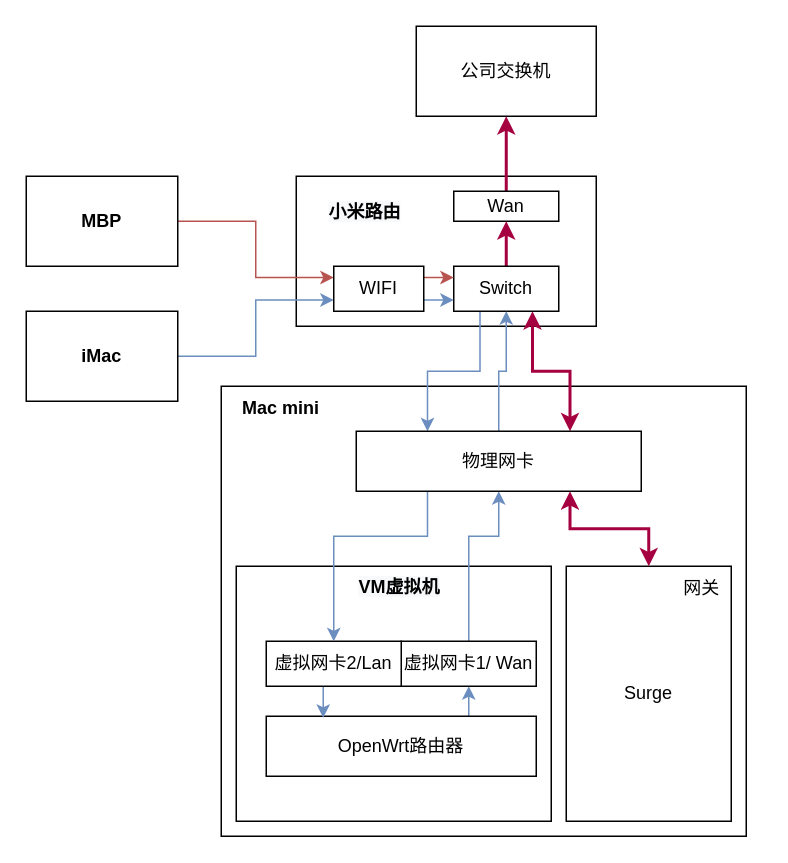
This is Untitled Diagram.drawio from jyrnan/Diagram, a draw.io file, before an edit. Source tidied: cells renumbered, new cells numbered last; positions are measured from the earlier drawing's top-left corner, leaving out a move shared by most shapes. Both pictures are drawn from the tidied source at 150%, with x=0, y=0 at pixel (26, 26).
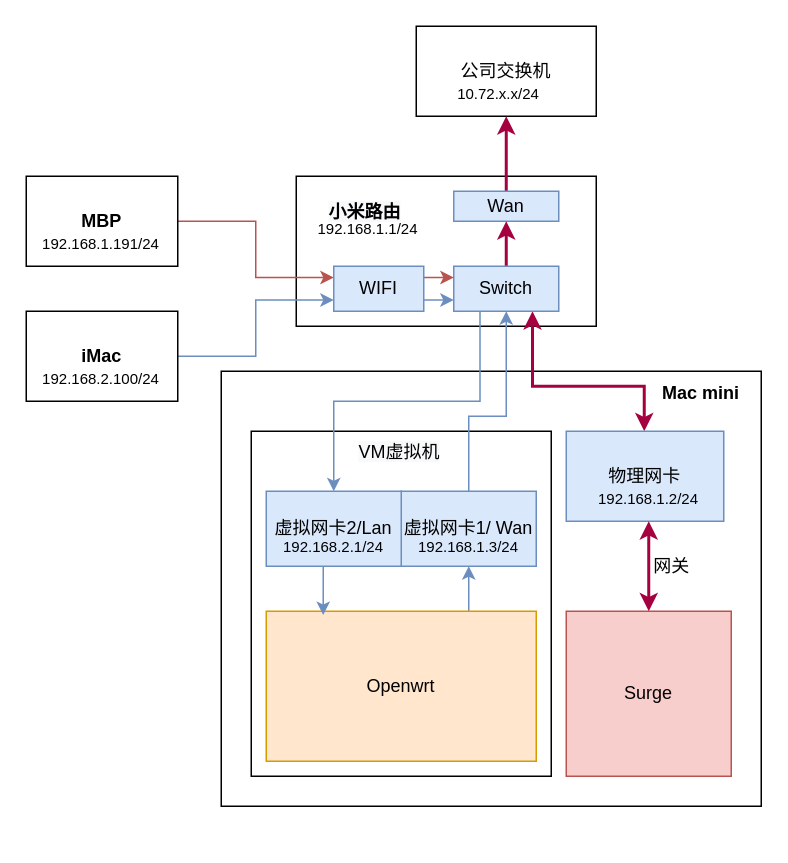
The same diagram, later.

Change to the diagram source:
```diff
@@
     <mxCell id="3" style="whiteSpace=wrap;html=1;rounded=0;" parent="1" vertex="1">
-      <mxGeometry x="130" y="240" width="350" height="300" as="geometry" />
+      <mxGeometry x="130" y="230" width="360" height="290" as="geometry" />
     </mxCell>
@@
-    <mxCell id="5" value="Surge" style="rounded=0;whiteSpace=wrap;html=1;" parent="1" vertex="1">
-      <mxGeometry x="360" y="360" width="110" height="170" as="geometry" />
+    <mxCell id="5" value="Surge" style="rounded=0;whiteSpace=wrap;html=1;fillColor=#f8cecc;strokeColor=#b85450;" parent="1" vertex="1">
+      <mxGeometry x="360" y="390" width="110" height="110" as="geometry" />
     </mxCell>
     <mxCell id="6" style="rounded=0;whiteSpace=wrap;html=1;" parent="1" vertex="1">
-      <mxGeometry x="140" y="360" width="210" height="170" as="geometry" />
+      <mxGeometry x="150" y="270" width="200" height="230" as="geometry" />
     </mxCell>
-    <mxCell id="7" value="&lt;span style=&quot;caret-color: rgb(0, 0, 0); color: rgb(0, 0, 0); font-family: Helvetica; font-size: 12px; font-style: normal; font-variant-caps: normal; letter-spacing: normal; text-align: center; text-indent: 0px; text-transform: none; word-spacing: 0px; -webkit-text-stroke-width: 0px; background-color: rgb(248, 249, 250); text-decoration: none; float: none; display: inline !important;&quot;&gt;VM虚拟机&lt;/span&gt;" style="text;whiteSpace=wrap;html=1;fontStyle=1;" parent="1" vertex="1">
-      <mxGeometry x="220" y="360" width="65" height="30" as="geometry" />
+    <mxCell id="7" value="&lt;span style=&quot;caret-color: rgb(0, 0, 0); color: rgb(0, 0, 0); font-family: Helvetica; font-size: 12px; font-style: normal; font-variant-caps: normal; letter-spacing: normal; text-align: center; text-indent: 0px; text-transform: none; word-spacing: 0px; -webkit-text-stroke-width: 0px; background-color: rgb(248, 249, 250); text-decoration: none; float: none; display: inline !important;&quot;&gt;VM虚拟机&lt;/span&gt;" style="text;whiteSpace=wrap;html=1;fontStyle=0;" parent="1" vertex="1">
+      <mxGeometry x="220" y="270" width="65" height="30" as="geometry" />
     </mxCell>
@@
-    <mxCell id="9" value="&lt;span style=&quot;&quot;&gt;OpenWrt路由器&lt;/span&gt;" style="rounded=0;whiteSpace=wrap;html=1;" parent="1" vertex="1">
-      <mxGeometry x="160" y="460" width="180" height="40" as="geometry" />
+    <mxCell id="9" value="&lt;span style=&quot;&quot;&gt;Openwrt&lt;/span&gt;" style="rounded=0;whiteSpace=wrap;html=1;fillColor=#ffe6cc;strokeColor=#d79b00;" parent="1" vertex="1">
+      <mxGeometry x="160" y="390" width="180" height="100" as="geometry" />
     </mxCell>
     <mxCell id="10" value="网关" style="text;html=1;align=center;verticalAlign=middle;strokeColor=none;fillColor=none;" parent="1" vertex="1">
-      <mxGeometry x="430" y="365" width="40" height="20" as="geometry" />
+      <mxGeometry x="410" y="350" width="40" height="20" as="geometry" />
     </mxCell>
@@
-    <mxCell id="13" style="edgeStyle=orthogonalEdgeStyle;rounded=0;jettySize=auto;html=1;exitX=0.5;exitY=0;exitDx=0;exitDy=0;strokeWidth=1;fillColor=#dae8fc;strokeColor=#6c8ebf;" parent="1" edge="1" source="14" target="33">
-      <mxGeometry relative="1" as="geometry">
-        <Array as="points">
-          <mxPoint x="295" y="340" />
-          <mxPoint x="315" y="340" />
-        </Array>
-      </mxGeometry>
-    </mxCell>
+    <mxCell id="34" style="edgeStyle=orthogonalEdgeStyle;rounded=0;jettySize=auto;html=1;exitX=0.5;exitY=0;exitDx=0;exitDy=0;fontSize=10;startArrow=none;startFill=0;strokeWidth=1;fillColor=#dae8fc;strokeColor=#6c8ebf;" parent="1" edge="1" source="14" target="24">
+      <mxGeometry relative="1" as="geometry">
+        <Array as="points">
+          <mxPoint x="295" y="260" />
+          <mxPoint x="320" y="260" />
+        </Array>
+      </mxGeometry>
+    </mxCell>
-    <mxCell id="14" value="虚拟网卡1/ Wan" style="whiteSpace=wrap;html=1;rounded=0;" parent="1" vertex="1">
-      <mxGeometry x="250" y="410" width="90" height="30" as="geometry" />
+    <mxCell id="14" value="虚拟网卡1/ Wan" style="whiteSpace=wrap;html=1;rounded=0;fillColor=#dae8fc;strokeColor=#6c8ebf;" parent="1" vertex="1">
+      <mxGeometry x="250" y="310" width="90" height="50" as="geometry" />
     </mxCell>
@@
-    <mxCell id="16" value="虚拟网卡2/Lan" style="whiteSpace=wrap;html=1;rounded=0;" parent="1" vertex="1">
-      <mxGeometry x="160" y="410" width="90" height="30" as="geometry" />
+    <mxCell id="16" value="虚拟网卡2/Lan" style="whiteSpace=wrap;html=1;rounded=0;fillColor=#dae8fc;strokeColor=#6c8ebf;" parent="1" vertex="1">
+      <mxGeometry x="160" y="310" width="90" height="50" as="geometry" />
     </mxCell>
     <mxCell id="17" value="Mac mini" style="text;html=1;strokeColor=none;fillColor=none;align=center;verticalAlign=middle;whiteSpace=wrap;rounded=0;fontStyle=1;" parent="1" vertex="1">
-      <mxGeometry x="140" y="240" width="60" height="30" as="geometry" />
+      <mxGeometry x="420" y="230" width="60" height="30" as="geometry" />
     </mxCell>
@@
-    <mxCell id="20" value="Wan" style="rounded=0;whiteSpace=wrap;html=1;" parent="1" vertex="1">
+    <mxCell id="20" value="Wan" style="rounded=0;whiteSpace=wrap;html=1;fillColor=#dae8fc;strokeColor=#6c8ebf;" parent="1" vertex="1">
       <mxGeometry x="285" y="110" width="70" height="20" as="geometry" />
     </mxCell>
@@
-    <mxCell id="22" style="edgeStyle=orthogonalEdgeStyle;rounded=0;jettySize=auto;html=1;exitX=0.75;exitY=1;exitDx=0;exitDy=0;entryX=0.75;entryY=0;entryDx=0;entryDy=0;strokeWidth=2;fillColor=#d80073;strokeColor=#A50040;startArrow=classic;startFill=1;" parent="1" edge="1" source="24" target="33">
-      <mxGeometry relative="1" as="geometry" />
-    </mxCell>
-    <mxCell id="23" style="edgeStyle=orthogonalEdgeStyle;rounded=0;jettySize=auto;html=1;exitX=0.25;exitY=1;exitDx=0;exitDy=0;entryX=0.25;entryY=0;entryDx=0;entryDy=0;startArrow=none;startFill=0;strokeWidth=1;fillColor=#dae8fc;strokeColor=#6c8ebf;" parent="1" edge="1" source="24" target="33">
-      <mxGeometry relative="1" as="geometry" />
-    </mxCell>
+    <mxCell id="35" style="edgeStyle=orthogonalEdgeStyle;rounded=0;jettySize=auto;html=1;exitX=0.25;exitY=1;exitDx=0;exitDy=0;entryX=0.5;entryY=0;entryDx=0;entryDy=0;fontSize=10;startArrow=none;startFill=0;strokeWidth=1;fillColor=#dae8fc;strokeColor=#6c8ebf;" parent="1" edge="1" source="24" target="16">
+      <mxGeometry relative="1" as="geometry">
+        <Array as="points">
+          <mxPoint x="302" y="250" />
+          <mxPoint x="205" y="250" />
+        </Array>
+      </mxGeometry>
+    </mxCell>
+    <mxCell id="36" style="edgeStyle=orthogonalEdgeStyle;rounded=0;jettySize=auto;html=1;exitX=0.75;exitY=1;exitDx=0;exitDy=0;fontSize=10;startArrow=classic;startFill=1;strokeWidth=2;fillColor=#d80073;strokeColor=#A50040;" parent="1" edge="1" source="24" target="33">
+      <mxGeometry relative="1" as="geometry">
+        <Array as="points">
+          <mxPoint x="338" y="240" />
+          <mxPoint x="412" y="240" />
+        </Array>
+      </mxGeometry>
+    </mxCell>
-    <mxCell id="24" value="Switch" style="rounded=0;whiteSpace=wrap;html=1;" parent="1" vertex="1">
+    <mxCell id="24" value="Switch" style="rounded=0;whiteSpace=wrap;html=1;fillColor=#dae8fc;strokeColor=#6c8ebf;" parent="1" vertex="1">
       <mxGeometry x="285" y="160" width="70" height="30" as="geometry" />
     </mxCell>
@@
-    <mxCell id="29" value="WIFI" style="rounded=0;whiteSpace=wrap;html=1;" parent="1" vertex="1">
+    <mxCell id="29" value="WIFI" style="rounded=0;whiteSpace=wrap;html=1;fillColor=#dae8fc;strokeColor=#6c8ebf;" parent="1" vertex="1">
       <mxGeometry x="205" y="160" width="60" height="30" as="geometry" />
     </mxCell>
-    <mxCell id="30" style="edgeStyle=orthogonalEdgeStyle;rounded=0;jettySize=auto;html=1;exitX=0.25;exitY=1;exitDx=0;exitDy=0;strokeWidth=1;fillColor=#dae8fc;strokeColor=#6c8ebf;" parent="1" edge="1" source="33" target="16">
-      <mxGeometry relative="1" as="geometry">
-        <Array as="points">
-          <mxPoint x="268" y="340" />
-          <mxPoint x="205" y="340" />
-        </Array>
-      </mxGeometry>
-    </mxCell>
-    <mxCell id="31" style="edgeStyle=orthogonalEdgeStyle;rounded=0;jettySize=auto;html=1;exitX=0.75;exitY=1;exitDx=0;exitDy=0;entryX=0.5;entryY=0;entryDx=0;entryDy=0;strokeWidth=2;fillColor=#d80073;strokeColor=#A50040;startArrow=classic;startFill=1;" parent="1" edge="1" source="33" target="5">
-      <mxGeometry relative="1" as="geometry" />
-    </mxCell>
-    <mxCell id="32" style="edgeStyle=orthogonalEdgeStyle;rounded=0;jettySize=auto;html=1;entryX=0.5;entryY=1;entryDx=0;entryDy=0;startArrow=none;startFill=0;strokeWidth=1;fillColor=#dae8fc;strokeColor=#6c8ebf;" parent="1" edge="1" source="33" target="24">
-      <mxGeometry relative="1" as="geometry" />
-    </mxCell>
-    <mxCell id="33" value="物理网卡" style="rounded=0;whiteSpace=wrap;html=1;" parent="1" vertex="1">
-      <mxGeometry x="220" y="270" width="190" height="40" as="geometry" />
+    <mxCell id="33" value="物理网卡" style="rounded=0;whiteSpace=wrap;html=1;fillColor=#dae8fc;strokeColor=#6c8ebf;" parent="1" vertex="1">
+      <mxGeometry x="360" y="270" width="105" height="60" as="geometry" />
     </mxCell>
+    <mxCell id="37" value="10.72.x.x/24" style="text;html=1;strokeColor=none;fillColor=none;align=center;verticalAlign=middle;whiteSpace=wrap;rounded=0;fontSize=10;" parent="1" vertex="1">
+      <mxGeometry x="285" y="30" width="60" height="30" as="geometry" />
+    </mxCell>
+    <mxCell id="38" value="192.168.1.1/24" style="text;html=1;strokeColor=none;fillColor=none;align=center;verticalAlign=middle;whiteSpace=wrap;rounded=0;fontSize=10;" parent="1" vertex="1">
+      <mxGeometry x="197.5" y="120" width="60" height="30" as="geometry" />
+    </mxCell>
+    <mxCell id="39" value="192.168.1.191/24" style="text;html=1;strokeColor=none;fillColor=none;align=center;verticalAlign=middle;whiteSpace=wrap;rounded=0;fontSize=10;" parent="1" vertex="1">
+      <mxGeometry x="20" y="130" width="60" height="30" as="geometry" />
+    </mxCell>
+    <mxCell id="40" value="192.168.2.100/24" style="text;html=1;strokeColor=none;fillColor=none;align=center;verticalAlign=middle;whiteSpace=wrap;rounded=0;fontSize=10;" parent="1" vertex="1">
+      <mxGeometry x="20" y="220" width="60" height="30" as="geometry" />
+    </mxCell>
+    <mxCell id="41" value="192.168.2.1/24" style="text;html=1;strokeColor=none;fillColor=none;align=center;verticalAlign=middle;whiteSpace=wrap;rounded=0;fontSize=10;" parent="1" vertex="1">
+      <mxGeometry x="175" y="332" width="60" height="30" as="geometry" />
+    </mxCell>
+    <mxCell id="42" style="edgeStyle=orthogonalEdgeStyle;rounded=0;jettySize=auto;html=1;exitX=0.5;exitY=1;exitDx=0;exitDy=0;entryX=0.5;entryY=0;entryDx=0;entryDy=0;fontSize=10;startArrow=classic;startFill=1;strokeWidth=2;fillColor=#d80073;strokeColor=#A50040;" parent="1" edge="1" source="43" target="5">
+      <mxGeometry relative="1" as="geometry" />
+    </mxCell>
+    <mxCell id="43" value="192.168.1.2/24" style="text;html=1;strokeColor=none;fillColor=none;align=center;verticalAlign=middle;whiteSpace=wrap;rounded=0;fontSize=10;" parent="1" vertex="1">
+      <mxGeometry x="385" y="300" width="60" height="30" as="geometry" />
+    </mxCell>
+    <mxCell id="44" value="192.168.1.3/24" style="text;html=1;strokeColor=none;fillColor=none;align=center;verticalAlign=middle;whiteSpace=wrap;rounded=0;fontSize=10;" parent="1" vertex="1">
+      <mxGeometry x="265" y="332" width="60" height="30" as="geometry" />
+    </mxCell>
+    <mxCell id="45" style="edgeStyle=orthogonalEdgeStyle;rounded=0;orthogonalLoop=1;jettySize=auto;html=1;exitX=0.5;exitY=1;exitDx=0;exitDy=0;fontSize=10;startArrow=none;startFill=0;strokeWidth=1;" parent="1" edge="1" source="6" target="6">
+      <mxGeometry relative="1" as="geometry" />
+    </mxCell>
```
